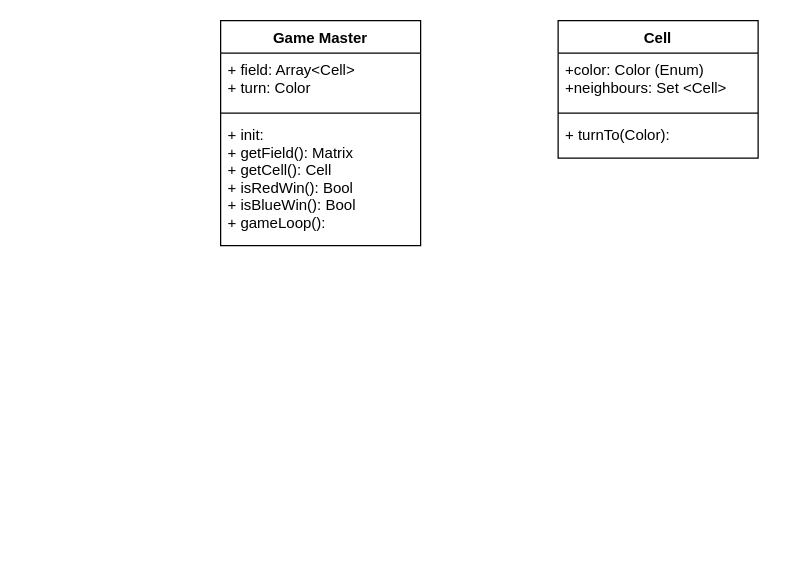
The draw.io diagram Untitled Diagram.drawio in AbdullinAM/algorithms-project-2022, before the edit. Source tidied: cells renumbered, new cells numbered last; positions are measured from the earlier drawing's top-left corner, leaving out a move shared by most shapes. Both pictures are drawn from the tidied source at 125%, with x=0, y=0 at pixel (220, 20).
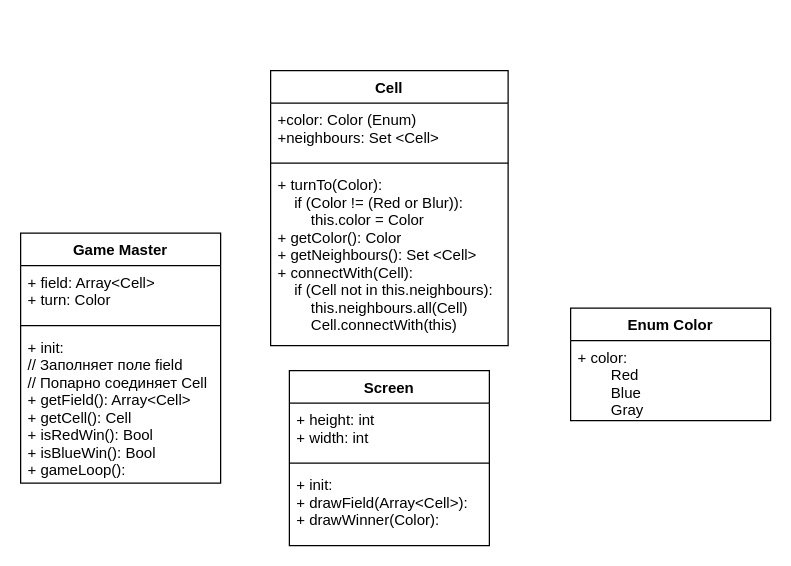
The same page after the edit.

Diff of the diagram source:
```diff
@@
 <mxGraphModel>
   <root>
     <mxCell id="0" />
     <mxCell id="1" parent="0" />
     <mxCell id="2" value="Game Master" style="swimlane;fontStyle=1;align=center;verticalAlign=top;horizontal=1;startSize=26;" parent="1" vertex="1">
-      <mxGeometry width="160" height="180" as="geometry" />
+      <mxGeometry x="-160" y="170" width="160" height="200" as="geometry" />
     </mxCell>
     <mxCell id="3" value="+ field: Array&lt;Cell&gt;&#10;+ turn: Color" style="text;strokeColor=none;fillColor=none;align=left;verticalAlign=top;spacingLeft=4;spacingRight=4;overflow=hidden;" parent="2" vertex="1">
       <mxGeometry y="26" width="160" height="44" as="geometry" />
     </mxCell>
     <mxCell id="4" style="line;strokeWidth=1;fillColor=none;align=left;verticalAlign=middle;spacingTop=-1;spacingLeft=3;spacingRight=3;labelPosition=right;" parent="2" vertex="1">
       <mxGeometry y="70" width="160" height="8" as="geometry" />
     </mxCell>
-    <mxCell id="5" value="+ init:&#10;+ getField(): Matrix&#10;+ getCell(): Cell&#10;+ isRedWin(): Bool&#10;+ isBlueWin(): Bool&#10;+ gameLoop():" style="text;strokeColor=none;fillColor=none;align=left;verticalAlign=top;spacingLeft=4;spacingRight=4;overflow=hidden;" parent="2" vertex="1">
-      <mxGeometry y="78" width="160" height="102" as="geometry" />
+    <mxCell id="5" value="+ init:&#10;// Заполняет поле field&#10;// Попарно соединяет Cell&#10;+ getField(): Array&lt;Cell&gt;&#10;+ getCell(): Cell&#10;+ isRedWin(): Bool&#10;+ isBlueWin(): Bool&#10;+ gameLoop():" style="text;strokeColor=none;fillColor=none;align=left;verticalAlign=top;spacingLeft=4;spacingRight=4;overflow=hidden;" parent="2" vertex="1">
+      <mxGeometry y="78" width="160" height="122" as="geometry" />
     </mxCell>
     <mxCell id="6" value="Cell" style="swimlane;fontStyle=1;align=center;verticalAlign=top;horizontal=1;startSize=26;" parent="1" vertex="1">
-      <mxGeometry x="270" width="160" height="110" as="geometry" />
+      <mxGeometry x="40" y="40" width="190" height="220" as="geometry" />
     </mxCell>
     <mxCell id="7" value="+color: Color (Enum)&#10;+neighbours: Set &lt;Cell&gt;" style="text;strokeColor=none;fillColor=none;align=left;verticalAlign=top;spacingLeft=4;spacingRight=4;overflow=hidden;" parent="6" vertex="1">
-      <mxGeometry y="26" width="160" height="44" as="geometry" />
+      <mxGeometry y="26" width="190" height="44" as="geometry" />
     </mxCell>
     <mxCell id="8" style="line;strokeWidth=1;fillColor=none;align=left;verticalAlign=middle;spacingTop=-1;spacingLeft=3;spacingRight=3;labelPosition=right;" parent="6" vertex="1">
-      <mxGeometry y="70" width="160" height="8" as="geometry" />
+      <mxGeometry y="70" width="190" height="8" as="geometry" />
     </mxCell>
-    <mxCell id="9" value="+ turnTo(Color): &#10;&#10;" style="text;strokeColor=none;fillColor=none;align=left;verticalAlign=top;spacingLeft=4;spacingRight=4;overflow=hidden;" parent="6" vertex="1">
-      <mxGeometry y="78" width="160" height="32" as="geometry" />
+    <mxCell id="9" value="+ turnTo(Color):&#10;    if (Color != (Red or Blur)):&#10;        this.color = Color&#10;+ getColor(): Color&#10;+ getNeighbours(): Set &lt;Cell&gt;&#10;+ connectWith(Cell):&#10;    if (Cell not in this.neighbours):&#10;        this.neighbours.all(Cell)&#10;        Cell.connectWith(this)&#10;&#10;&#10;&#10;" style="text;strokeColor=none;fillColor=none;align=left;verticalAlign=top;spacingLeft=4;spacingRight=4;overflow=hidden;rounded=0;glass=0;sketch=0;shadow=0;" parent="6" vertex="1">
+      <mxGeometry y="78" width="190" height="142" as="geometry" />
     </mxCell>
+    <mxCell id="10" value="Enum Color" style="swimlane;fontStyle=1;align=center;verticalAlign=top;horizontal=1;startSize=26;" parent="1" vertex="1">
+      <mxGeometry x="280" y="230" width="160" height="90" as="geometry" />
+    </mxCell>
+    <mxCell id="11" value="+ color:&#10;        Red&#10;        Blue&#10;        Gray&#10;" style="text;strokeColor=none;fillColor=none;align=left;verticalAlign=top;spacingLeft=4;spacingRight=4;overflow=hidden;" parent="10" vertex="1">
+      <mxGeometry y="26" width="160" height="64" as="geometry" />
+    </mxCell>
+    <mxCell id="12" value="Screen" style="swimlane;fontStyle=1;align=center;verticalAlign=top;horizontal=1;startSize=26;" parent="1" vertex="1">
+      <mxGeometry x="55" y="280" width="160" height="140" as="geometry" />
+    </mxCell>
+    <mxCell id="13" value="+ height: int&#10;+ width: int" style="text;strokeColor=none;fillColor=none;align=left;verticalAlign=top;spacingLeft=4;spacingRight=4;overflow=hidden;" parent="12" vertex="1">
+      <mxGeometry y="26" width="160" height="44" as="geometry" />
+    </mxCell>
+    <mxCell id="14" style="line;strokeWidth=1;fillColor=none;align=left;verticalAlign=middle;spacingTop=-1;spacingLeft=3;spacingRight=3;labelPosition=right;" parent="12" vertex="1">
+      <mxGeometry y="70" width="160" height="8" as="geometry" />
+    </mxCell>
+    <mxCell id="15" value="+ init:&#10;+ drawField(Array&lt;Cell&gt;):&#10;+ drawWinner(Color):&#10;" style="text;strokeColor=none;fillColor=none;align=left;verticalAlign=top;spacingLeft=4;spacingRight=4;overflow=hidden;" parent="12" vertex="1">
+      <mxGeometry y="78" width="160" height="62" as="geometry" />
+    </mxCell>
   </root>
 </mxGraphModel>
```
